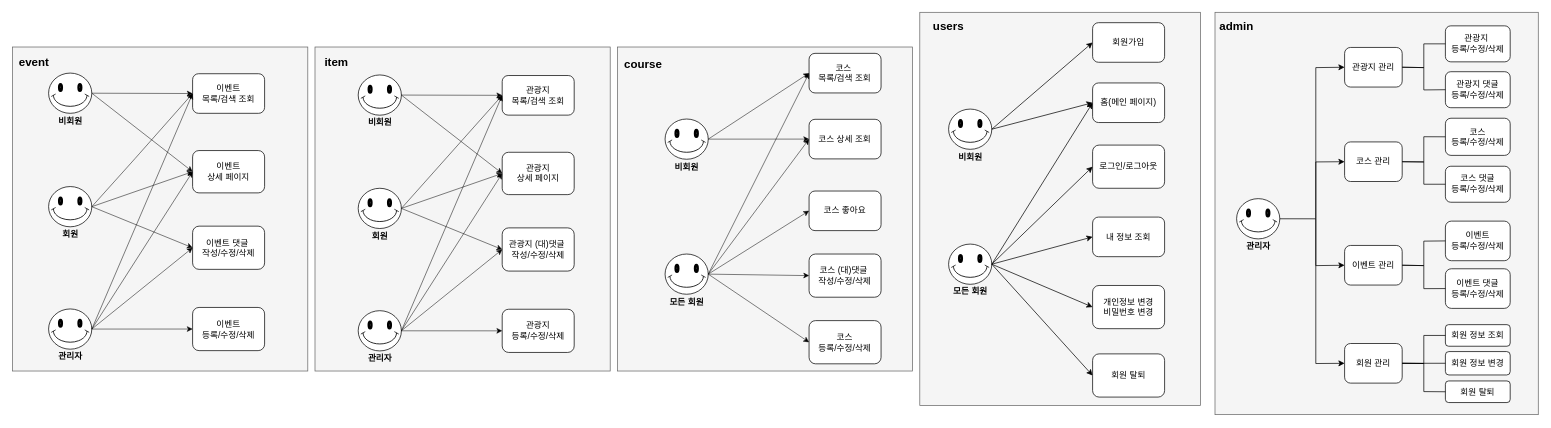
This is documents/플로우 차트/UsecaseDiagram(all).drawio from daanta-real/Hexagram_semi, a draw.io file, before an edit. Source tidied: cells renumbered, new cells numbered last; positions are measured from the earlier drawing's top-left corner, leaving out a move shared by most shapes. Both pictures are drawn from the tidied source at 72%, with x=0, y=0 at pixel (12, 12).
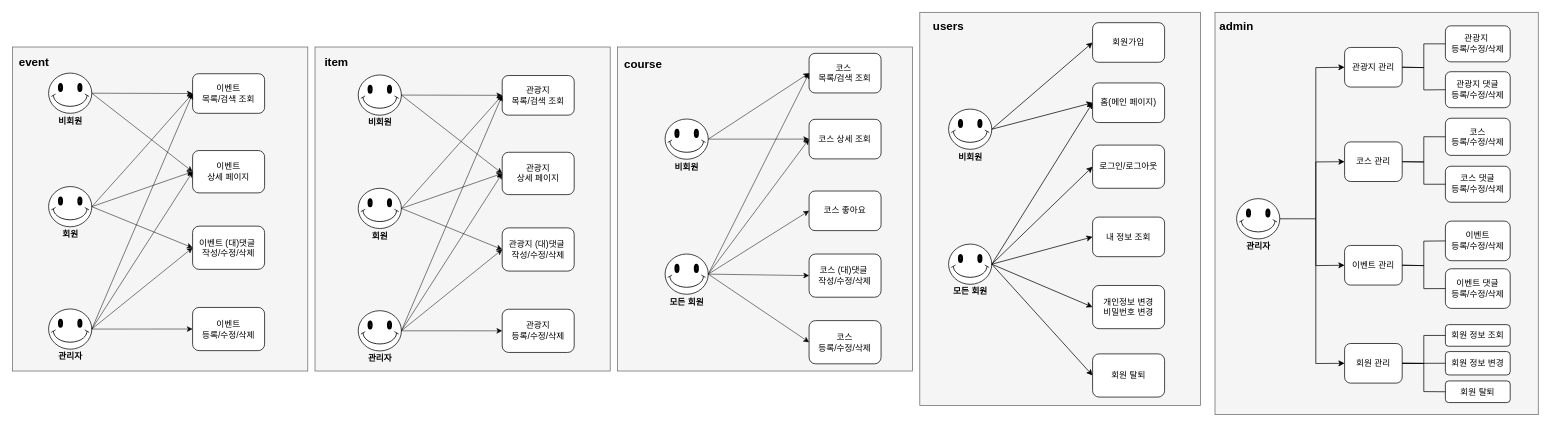
After the change.

Commit message:
usecase Diagram 이벤트 댓글->(대)댓글로 수정

Unchanged cells that the change refers to:
```xml
<mxCell id="23" style="group;" parent="1" vertex="1">
  <mxGeometry y="47.8" width="410" height="450" as="geometry" />
</mxCell>
```

What changed in the source:
```diff
@@
-    <mxCell id="26" value="이벤트 댓글&amp;nbsp;&lt;br&gt;작성/수정/삭제" style="whiteSpace=wrap;html=1;rounded=1;glass=0;shadow=0;sketch=0;" parent="23" vertex="1">
+    <mxCell id="26" value="이벤트 (대)댓글&amp;nbsp;&lt;br&gt;작성/수정/삭제" style="whiteSpace=wrap;html=1;rounded=1;glass=0;shadow=0;sketch=0;" parent="23" vertex="1">
       <mxGeometry x="250" y="248.8" width="100" height="60" as="geometry" />
     </mxCell>
```
